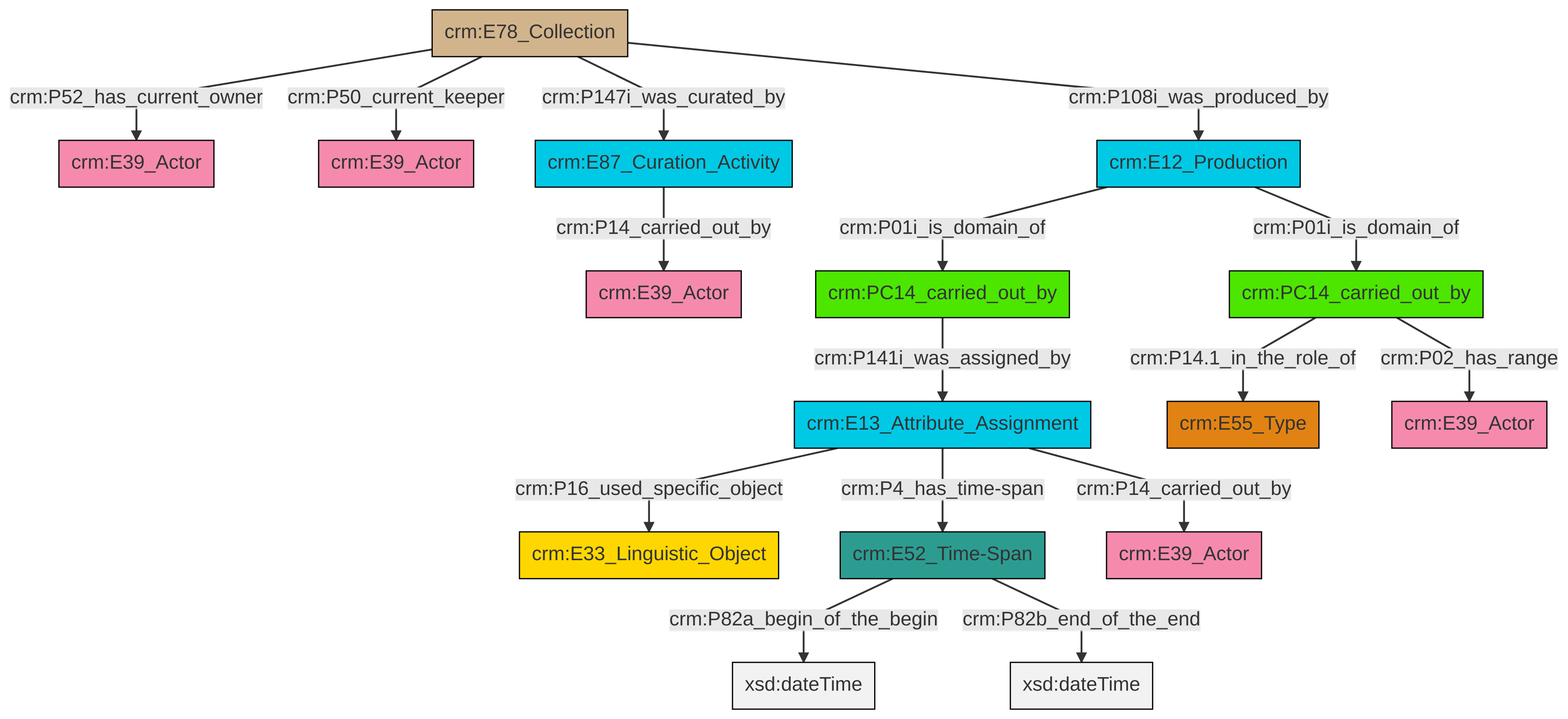
The Mermaid diagram et/archivalCSV/ttl/mmd/png/archival_relation.png in swiss-art-research-net/docs.swissartresearch, before a commit. Its source is kept beside it as et/archivalCSV/ttl/mmd/archival_relation.ttl.mmd.
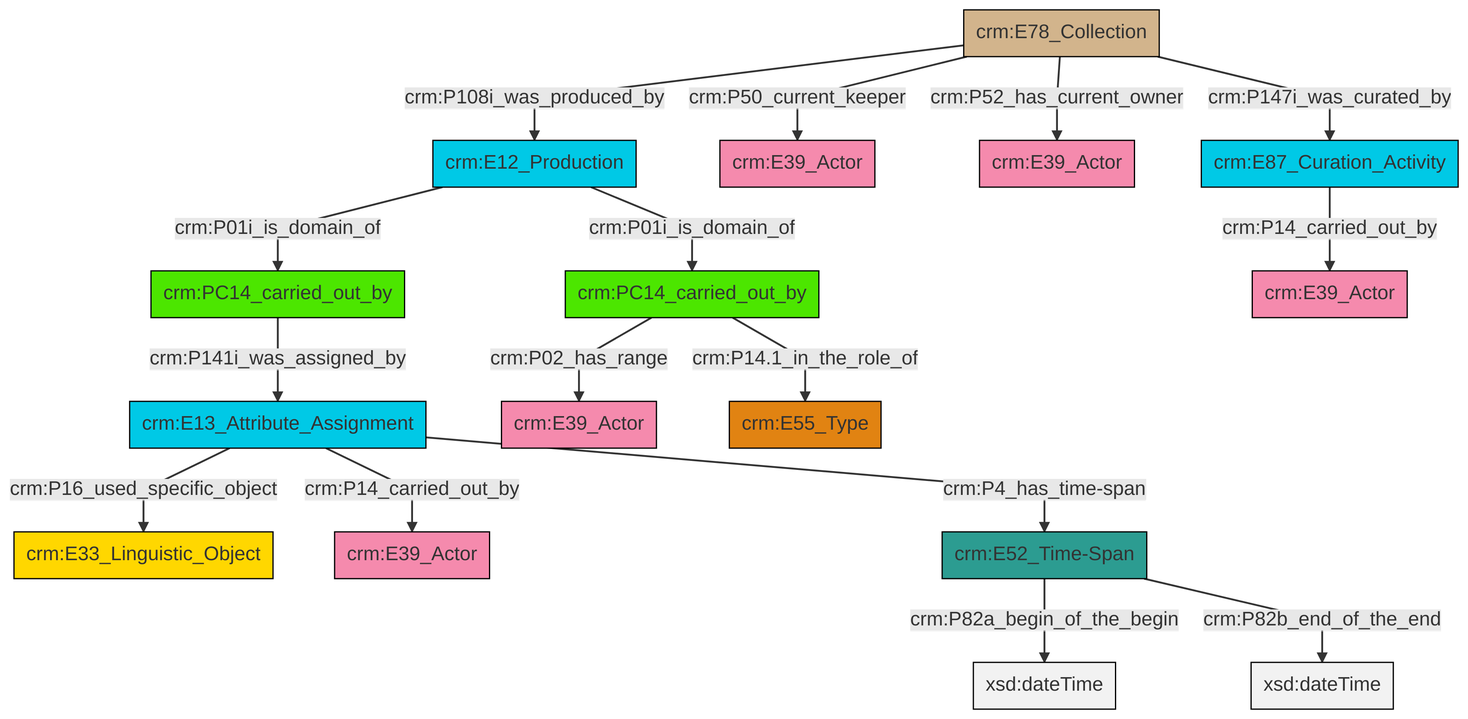
After the change.

Diff of the diagram source:
```diff
@@ -13,18 +13,18 @@
 classDef PC_Classes fill:#4ce600, stroke:#000000;
 classDef Multi fill:#cccccc,stroke:#000000;
 
-6["crm:E78_Collection"]:::Physical_Thing -->|crm:P52_has_current_owner| 7["crm:E39_Actor"]:::Actor
-8["crm:E52_Time-Span"]:::Time-Span -->|crm:P82a_begin_of_the_begin| 9[xsd:dateTime]:::Literal
-2["crm:PC14_carried_out_by"]:::PC_Classes -->|crm:P141i_was_assigned_by| 10["crm:E13_Attribute_Assignment"]:::Temporal_Entity
-6["crm:E78_Collection"]:::Physical_Thing -->|crm:P50_current_keeper| 14["crm:E39_Actor"]:::Actor
-6["crm:E78_Collection"]:::Physical_Thing -->|crm:P147i_was_curated_by| 15["crm:E87_Curation_Activity"]:::Temporal_Entity
-10["crm:E13_Attribute_Assignment"]:::Temporal_Entity -->|crm:P16_used_specific_object| 16["crm:E33_Linguistic_Object"]:::Conceptual_Object
-10["crm:E13_Attribute_Assignment"]:::Temporal_Entity -->|crm:P4_has_time-span| 8["crm:E52_Time-Span"]:::Time-Span
-8["crm:E52_Time-Span"]:::Time-Span -->|crm:P82b_end_of_the_end| 20[xsd:dateTime]:::Literal
-6["crm:E78_Collection"]:::Physical_Thing -->|crm:P108i_was_produced_by| 4["crm:E12_Production"]:::Temporal_Entity
-10["crm:E13_Attribute_Assignment"]:::Temporal_Entity -->|crm:P14_carried_out_by| 0["crm:E39_Actor"]:::Actor
-4["crm:E12_Production"]:::Temporal_Entity -->|crm:P01i_is_domain_of| 2["crm:PC14_carried_out_by"]:::PC_Classes
-15["crm:E87_Curation_Activity"]:::Temporal_Entity -->|crm:P14_carried_out_by| 18["crm:E39_Actor"]:::Actor
-4["crm:E12_Production"]:::Temporal_Entity -->|crm:P01i_is_domain_of| 21["crm:PC14_carried_out_by"]:::PC_Classes
-21["crm:PC14_carried_out_by"]:::PC_Classes -->|crm:P14.1_in_the_role_of| 27["crm:E55_Type"]:::Type
-21["crm:PC14_carried_out_by"]:::PC_Classes -->|crm:P02_has_range| 11["crm:E39_Actor"]:::Actor
+0["crm:E78_Collection"]:::Physical_Thing -->|crm:P108i_was_produced_by| 1["crm:E12_Production"]:::Temporal_Entity
+1["crm:E12_Production"]:::Temporal_Entity -->|crm:P01i_is_domain_of| 4["crm:PC14_carried_out_by"]:::PC_Classes
+0["crm:E78_Collection"]:::Physical_Thing -->|crm:P50_current_keeper| 5["crm:E39_Actor"]:::Actor
+7["crm:E87_Curation_Activity"]:::Temporal_Entity -->|crm:P14_carried_out_by| 8["crm:E39_Actor"]:::Actor
+15["crm:E13_Attribute_Assignment"]:::Temporal_Entity -->|crm:P16_used_specific_object| 2["crm:E33_Linguistic_Object"]:::Conceptual_Object
+4["crm:PC14_carried_out_by"]:::PC_Classes -->|crm:P141i_was_assigned_by| 15["crm:E13_Attribute_Assignment"]:::Temporal_Entity
+15["crm:E13_Attribute_Assignment"]:::Temporal_Entity -->|crm:P14_carried_out_by| 23["crm:E39_Actor"]:::Actor
+24["crm:E52_Time-Span"]:::Time-Span -->|crm:P82a_begin_of_the_begin| 25[xsd:dateTime]:::Literal
+1["crm:E12_Production"]:::Temporal_Entity -->|crm:P01i_is_domain_of| 19["crm:PC14_carried_out_by"]:::PC_Classes
+0["crm:E78_Collection"]:::Physical_Thing -->|crm:P52_has_current_owner| 13["crm:E39_Actor"]:::Actor
+15["crm:E13_Attribute_Assignment"]:::Temporal_Entity -->|crm:P4_has_time-span| 24["crm:E52_Time-Span"]:::Time-Span
+19["crm:PC14_carried_out_by"]:::PC_Classes -->|crm:P02_has_range| 10["crm:E39_Actor"]:::Actor
+19["crm:PC14_carried_out_by"]:::PC_Classes -->|crm:P14.1_in_the_role_of| 21["crm:E55_Type"]:::Type
+24["crm:E52_Time-Span"]:::Time-Span -->|crm:P82b_end_of_the_end| 28[xsd:dateTime]:::Literal
+0["crm:E78_Collection"]:::Physical_Thing -->|crm:P147i_was_curated_by| 7["crm:E87_Curation_Activity"]:::Temporal_Entity
```
